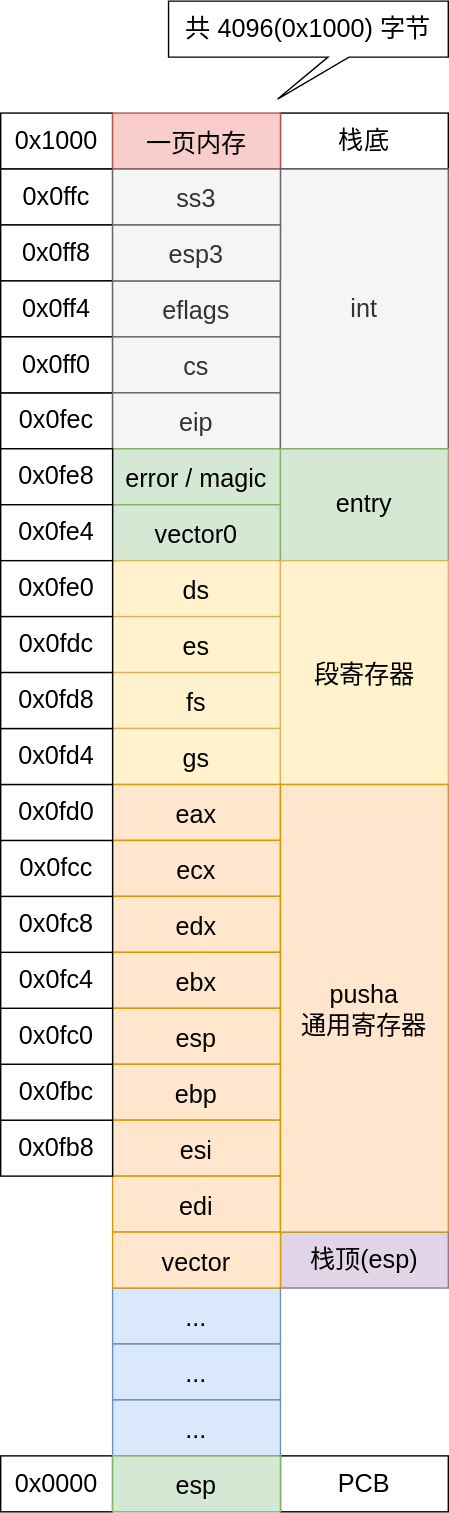
The draw.io diagram doc/07-任务管理/pics/interrupt_context.drawio.svg in MoleSir/Onix, before a commit. Source tidied: cells renumbered, new cells last; positions are measured from the earlier drawing's top-left corner, leaving out a move shared by most shapes.
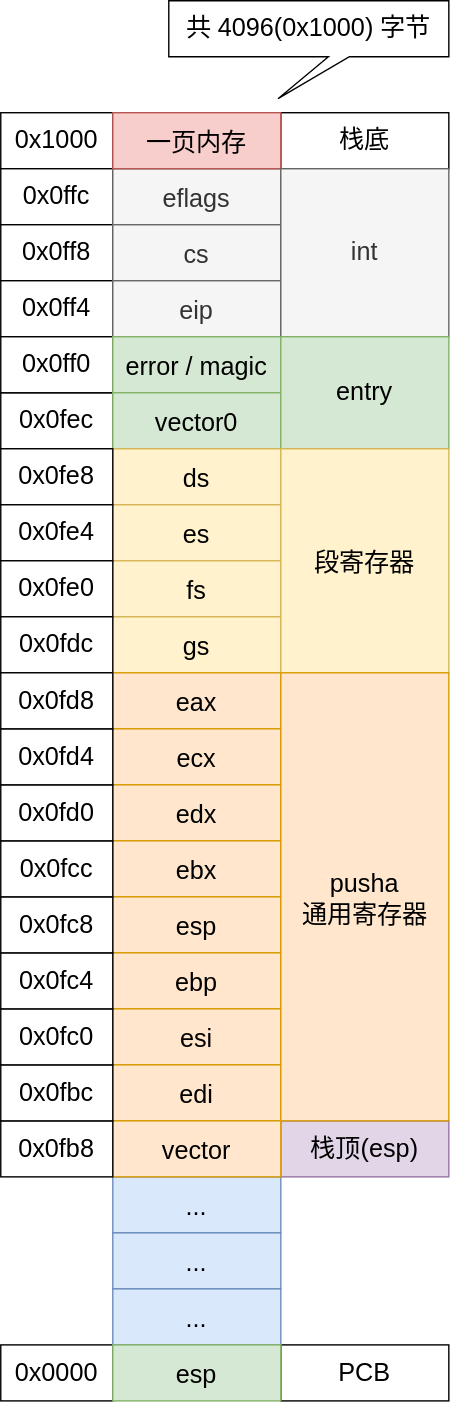
After the commit.

The edit, as a diff of the source:
```diff
@@ -3,16 +3,16 @@
     <mxCell id="0" />
     <mxCell id="1" parent="0" />
     <mxCell id="2" value="0x1000" style="rounded=0;whiteSpace=wrap;html=1;fontSize=18;" parent="1" vertex="1">
-      <mxGeometry y="80" width="80" height="40" as="geometry" />
+      <mxGeometry y="160" width="80" height="40" as="geometry" />
     </mxCell>
     <mxCell id="3" value="共 4096(0x1000) 字节" style="shape=callout;whiteSpace=wrap;html=1;perimeter=calloutPerimeter;fontSize=18;position2=0.39;base=15;size=30;position=0.57;" parent="1" vertex="1">
-      <mxGeometry x="120" width="200" height="70" as="geometry" />
+      <mxGeometry x="120" y="80" width="200" height="70" as="geometry" />
     </mxCell>
     <mxCell id="4" value="栈底" style="rounded=0;whiteSpace=wrap;html=1;fontSize=18;" parent="1" vertex="1">
-      <mxGeometry x="200" y="80" width="120" height="40" as="geometry" />
+      <mxGeometry x="200" y="160" width="120" height="40" as="geometry" />
     </mxCell>
     <mxCell id="5" value="0x0ffc" style="rounded=0;whiteSpace=wrap;html=1;fontSize=18;" parent="1" vertex="1">
-      <mxGeometry y="120" width="80" height="40" as="geometry" />
+      <mxGeometry y="200" width="80" height="40" as="geometry" />
     </mxCell>
     <mxCell id="6" value="0x0000" style="rounded=0;whiteSpace=wrap;html=1;fontSize=18;" parent="1" vertex="1">
       <mxGeometry y="1040" width="80" height="40" as="geometry" />
@@ -24,16 +24,16 @@
       <mxGeometry x="200" y="880" width="120" height="40" as="geometry" />
     </mxCell>
     <mxCell id="9" value="0x0ff8" style="rounded=0;whiteSpace=wrap;html=1;fontSize=18;" parent="1" vertex="1">
-      <mxGeometry y="160" width="80" height="40" as="geometry" />
+      <mxGeometry y="240" width="80" height="40" as="geometry" />
     </mxCell>
     <mxCell id="10" value="0x0fec" style="rounded=0;whiteSpace=wrap;html=1;fontSize=18;" parent="1" vertex="1">
-      <mxGeometry y="280" width="80" height="40" as="geometry" />
+      <mxGeometry y="360" width="80" height="40" as="geometry" />
     </mxCell>
     <mxCell id="11" value="0x0ff4" style="rounded=0;whiteSpace=wrap;html=1;fontSize=18;" parent="1" vertex="1">
-      <mxGeometry y="200" width="80" height="40" as="geometry" />
+      <mxGeometry y="280" width="80" height="40" as="geometry" />
     </mxCell>
     <mxCell id="12" value="0x0ff0" style="rounded=0;whiteSpace=wrap;html=1;fontSize=18;" parent="1" vertex="1">
-      <mxGeometry y="240" width="80" height="40" as="geometry" />
+      <mxGeometry y="320" width="80" height="40" as="geometry" />
     </mxCell>
     <mxCell id="13" value="eflags" style="text;strokeColor=#666666;fillColor=#f5f5f5;align=center;verticalAlign=middle;spacingLeft=4;spacingRight=4;overflow=hidden;fontSize=18;fontColor=#333333;" parent="1" vertex="1">
       <mxGeometry x="80" y="200" width="120" height="40" as="geometry" />
@@ -63,7 +63,7 @@
       <mxGeometry x="80" y="1040" width="120" height="40" as="geometry" />
     </mxCell>
     <mxCell id="22" value="一页内存" style="text;strokeColor=#b85450;fillColor=#f8cecc;align=center;verticalAlign=middle;spacingLeft=4;spacingRight=4;overflow=hidden;fontSize=18;" parent="1" vertex="1">
-      <mxGeometry x="80" y="80" width="120" height="40" as="geometry" />
+      <mxGeometry x="80" y="160" width="120" height="40" as="geometry" />
     </mxCell>
     <mxCell id="23" value="ds" style="text;strokeColor=#d6b656;fillColor=#fff2cc;align=center;verticalAlign=middle;spacingLeft=4;spacingRight=4;overflow=hidden;fontSize=18;" parent="1" vertex="1">
       <mxGeometry x="80" y="400" width="120" height="40" as="geometry" />
@@ -78,16 +78,16 @@
       <mxGeometry x="80" y="520" width="120" height="40" as="geometry" />
     </mxCell>
     <mxCell id="27" value="0x0fe8" style="rounded=0;whiteSpace=wrap;html=1;fontSize=18;" parent="1" vertex="1">
-      <mxGeometry y="320" width="80" height="40" as="geometry" />
+      <mxGeometry y="400" width="80" height="40" as="geometry" />
     </mxCell>
     <mxCell id="28" value="0x0fe4" style="rounded=0;whiteSpace=wrap;html=1;fontSize=18;" parent="1" vertex="1">
-      <mxGeometry y="360" width="80" height="40" as="geometry" />
+      <mxGeometry y="440" width="80" height="40" as="geometry" />
     </mxCell>
     <mxCell id="29" value="0x0fe0" style="rounded=0;whiteSpace=wrap;html=1;fontSize=18;" parent="1" vertex="1">
-      <mxGeometry y="400" width="80" height="40" as="geometry" />
+      <mxGeometry y="480" width="80" height="40" as="geometry" />
     </mxCell>
     <mxCell id="30" value="0x0fdc" style="rounded=0;whiteSpace=wrap;html=1;fontSize=18;" parent="1" vertex="1">
-      <mxGeometry y="440" width="80" height="40" as="geometry" />
+      <mxGeometry y="520" width="80" height="40" as="geometry" />
     </mxCell>
     <mxCell id="31" value="eax" style="text;strokeColor=#d79b00;fillColor=#ffe6cc;align=center;verticalAlign=middle;spacingLeft=4;spacingRight=4;overflow=hidden;fontSize=18;" parent="1" vertex="1">
       <mxGeometry x="80" y="560" width="120" height="40" as="geometry" />
@@ -114,7 +114,7 @@
       <mxGeometry x="80" y="840" width="120" height="40" as="geometry" />
     </mxCell>
     <mxCell id="39" value="int" style="rounded=0;whiteSpace=wrap;html=1;fontSize=18;fillColor=#f5f5f5;fontColor=#333333;strokeColor=#666666;" parent="1" vertex="1">
-      <mxGeometry x="200" y="120" width="120" height="200" as="geometry" />
+      <mxGeometry x="200" y="200" width="120" height="120" as="geometry" />
     </mxCell>
     <mxCell id="40" value="entry" style="rounded=0;whiteSpace=wrap;html=1;fontSize=18;fillColor=#d5e8d4;strokeColor=#82b366;" parent="1" vertex="1">
       <mxGeometry x="200" y="320" width="120" height="80" as="geometry" />
@@ -129,37 +129,31 @@
       <mxGeometry x="80" y="880" width="120" height="40" as="geometry" />
     </mxCell>
     <mxCell id="44" value="0x0fb8" style="rounded=0;whiteSpace=wrap;html=1;fontSize=18;" parent="1" vertex="1">
-      <mxGeometry y="800" width="80" height="40" as="geometry" />
+      <mxGeometry y="880" width="80" height="40" as="geometry" />
     </mxCell>
     <mxCell id="45" value="0x0fbc" style="rounded=0;whiteSpace=wrap;html=1;fontSize=18;" parent="1" vertex="1">
-      <mxGeometry y="760" width="80" height="40" as="geometry" />
+      <mxGeometry y="840" width="80" height="40" as="geometry" />
     </mxCell>
     <mxCell id="46" value="0x0fc0" style="rounded=0;whiteSpace=wrap;html=1;fontSize=18;" parent="1" vertex="1">
-      <mxGeometry y="720" width="80" height="40" as="geometry" />
+      <mxGeometry y="800" width="80" height="40" as="geometry" />
     </mxCell>
     <mxCell id="47" value="0x0fc4" style="rounded=0;whiteSpace=wrap;html=1;fontSize=18;" parent="1" vertex="1">
-      <mxGeometry y="680" width="80" height="40" as="geometry" />
+      <mxGeometry y="760" width="80" height="40" as="geometry" />
     </mxCell>
     <mxCell id="48" value="0x0fc8" style="rounded=0;whiteSpace=wrap;html=1;fontSize=18;" parent="1" vertex="1">
-      <mxGeometry y="640" width="80" height="40" as="geometry" />
+      <mxGeometry y="720" width="80" height="40" as="geometry" />
     </mxCell>
     <mxCell id="49" value="0x0fcc" style="rounded=0;whiteSpace=wrap;html=1;fontSize=18;" parent="1" vertex="1">
-      <mxGeometry y="600" width="80" height="40" as="geometry" />
+      <mxGeometry y="680" width="80" height="40" as="geometry" />
     </mxCell>
     <mxCell id="50" value="0x0fd0" style="rounded=0;whiteSpace=wrap;html=1;fontSize=18;" parent="1" vertex="1">
-      <mxGeometry y="560" width="80" height="40" as="geometry" />
+      <mxGeometry y="640" width="80" height="40" as="geometry" />
     </mxCell>
     <mxCell id="51" value="0x0fd4" style="rounded=0;whiteSpace=wrap;html=1;fontSize=18;" parent="1" vertex="1">
-      <mxGeometry y="520" width="80" height="40" as="geometry" />
+      <mxGeometry y="600" width="80" height="40" as="geometry" />
     </mxCell>
     <mxCell id="52" value="0x0fd8" style="rounded=0;whiteSpace=wrap;html=1;fontSize=18;" parent="1" vertex="1">
-      <mxGeometry y="480" width="80" height="40" as="geometry" />
+      <mxGeometry y="560" width="80" height="40" as="geometry" />
     </mxCell>
-    <mxCell id="53" value="ss3" style="text;strokeColor=#666666;fillColor=#f5f5f5;align=center;verticalAlign=middle;spacingLeft=4;spacingRight=4;overflow=hidden;fontSize=18;fontColor=#333333;" parent="1" vertex="1">
-      <mxGeometry x="80" y="120" width="120" height="40" as="geometry" />
-    </mxCell>
-    <mxCell id="54" value="esp3" style="text;strokeColor=#666666;fillColor=#f5f5f5;align=center;verticalAlign=middle;spacingLeft=4;spacingRight=4;overflow=hidden;fontSize=18;fontColor=#333333;" parent="1" vertex="1">
-      <mxGeometry x="80" y="160" width="120" height="40" as="geometry" />
-    </mxCell>
   </root>
 </mxGraphModel>
```
